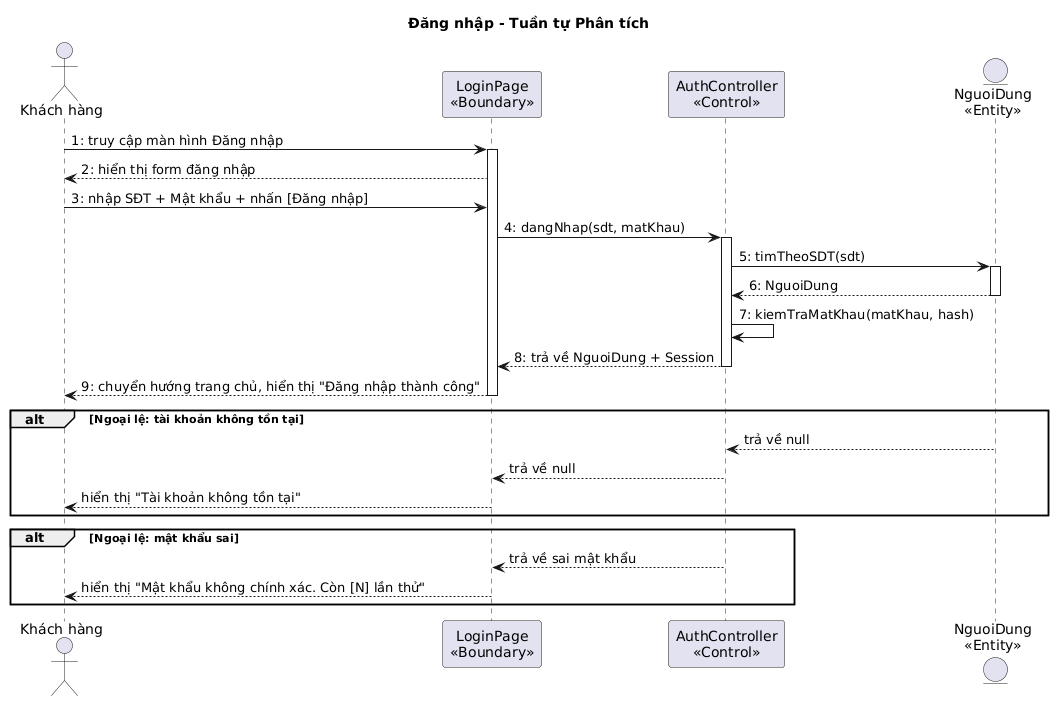
Before: output/diagrams/account_seq_login.png, a diagram exported from PlantUML (thanhtrnnn/cnpm).
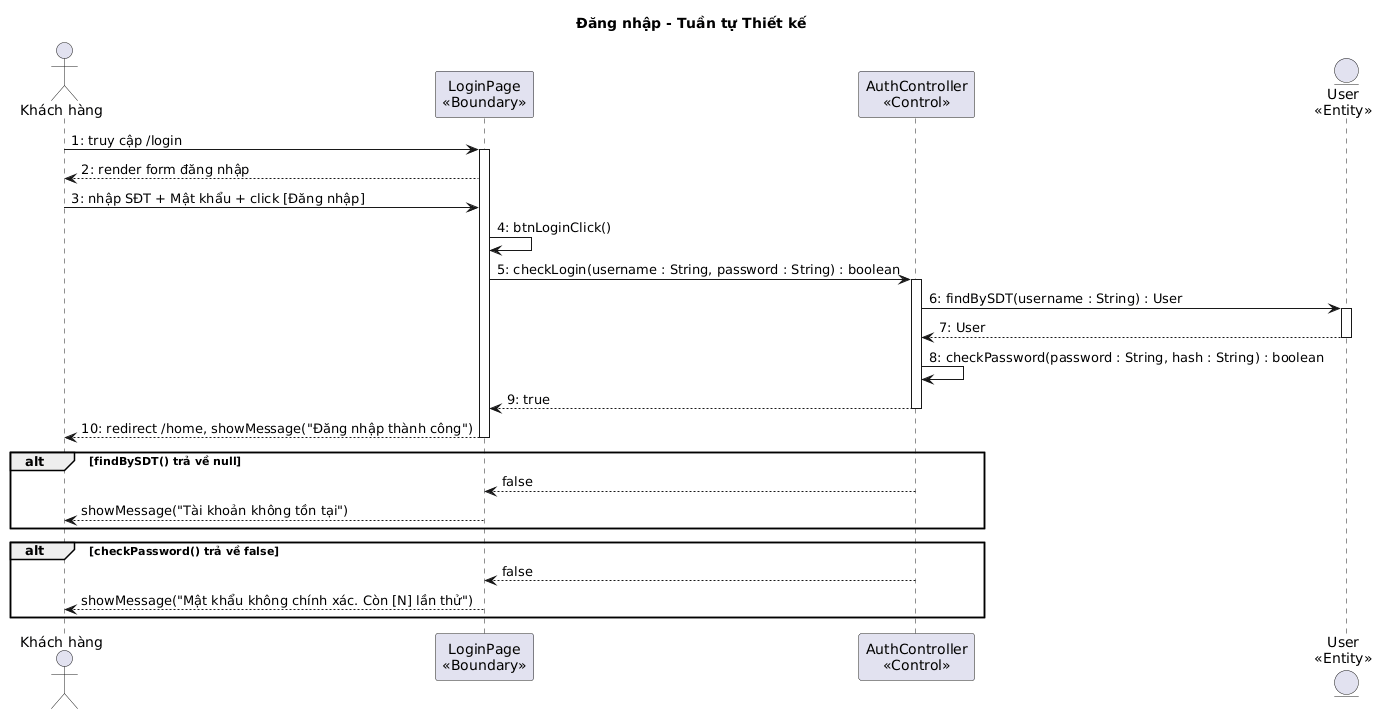
Later version of the same file.

What changed in the source:
```diff
@@ -1,35 +1,35 @@
 @startuml
-title Đăng nhập - Tuần tự Phân tích
+title Đăng nhập - Tuần tự Thiết kế
 
 actor "Khách hàng" as KH
 participant "LoginPage\n<<Boundary>>" as B1
 participant "AuthController\n<<Control>>" as C1
-entity "NguoiDung\n<<Entity>>" as E1
+entity "User\n<<Entity>>" as E1
 
-KH -> B1 : 1: truy cập màn hình Đăng nhập
+KH -> B1 : 1: truy cập /login
 activate B1
-B1 --> KH : 2: hiển thị form đăng nhập
-KH -> B1 : 3: nhập SĐT + Mật khẩu + nhấn [Đăng nhập]
-B1 -> C1 : 4: dangNhap(sdt, matKhau)
+B1 --> KH : 2: render form đăng nhập
+KH -> B1 : 3: nhập SĐT + Mật khẩu + click [Đăng nhập]
+B1 -> B1 : 4: btnLoginClick()
+B1 -> C1 : 5: checkLogin(username : String, password : String) : boolean
 activate C1
-C1 -> E1 : 5: timTheoSDT(sdt)
+C1 -> E1 : 6: findBySDT(username : String) : User
 activate E1
-E1 --> C1 : 6: NguoiDung
+E1 --> C1 : 7: User
 deactivate E1
-C1 -> C1 : 7: kiemTraMatKhau(matKhau, hash)
-C1 --> B1 : 8: trả về NguoiDung + Session
+C1 -> C1 : 8: checkPassword(password : String, hash : String) : boolean
+C1 --> B1 : 9: true
 deactivate C1
-B1 --> KH : 9: chuyển hướng trang chủ, hiển thị "Đăng nhập thành công"
+B1 --> KH : 10: redirect /home, showMessage("Đăng nhập thành công")
 deactivate B1
 
-alt Ngoại lệ: tài khoản không tồn tại
-  E1 --> C1 : trả về null
-  C1 --> B1 : trả về null
-  B1 --> KH : hiển thị "Tài khoản không tồn tại"
+alt findBySDT() trả về null
+  C1 --> B1 : false
+  B1 --> KH : showMessage("Tài khoản không tồn tại")
 end
 
-alt Ngoại lệ: mật khẩu sai
-  C1 --> B1 : trả về sai mật khẩu
-  B1 --> KH : hiển thị "Mật khẩu không chính xác. Còn [N] lần thử"
+alt checkPassword() trả về false
+  C1 --> B1 : false
+  B1 --> KH : showMessage("Mật khẩu không chính xác. Còn [N] lần thử")
 end
 @enduml
```
